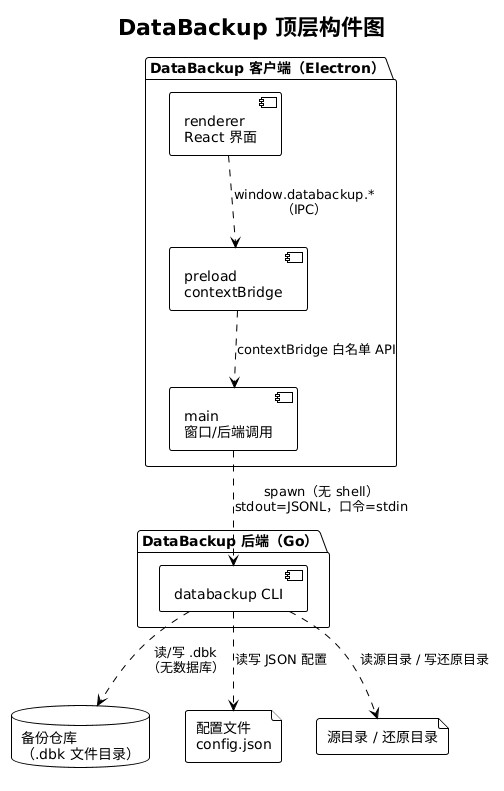
Above: docs/deliverables/diagrams/component-top.png in Piaoxuemoli/software-class-qoobeewang (PlantUML), before the change. The source it was exported from:
```plantuml
@startuml component-top
!theme plain
<style>
node {
  Padding 6
}
rectangle {
  Padding 6
}
</style>
title DataBackup 顶层构件图

package "DataBackup 客户端（Electron）" {
  [renderer\nReact 界面] as renderer
  [preload\ncontextBridge] as preload
  [main\n窗口/后端调用] as mainp
}
package "DataBackup 后端（Go）" {
  [databackup CLI] as cli
}
database "备份仓库\n（.dbk 文件目录）" as repo
file "配置文件\nconfig.json" as conf
file "源目录 / 还原目录" as fs

renderer ..> preload : window.databackup.*\n（IPC）
preload ..> mainp : contextBridge 白名单 API
mainp ..> cli : spawn（无 shell）\nstdout=JSONL，口令=stdin
cli ..> repo : 读/写 .dbk\n（无数据库）
cli ..> conf : 读写 JSON 配置
cli ..> fs : 读源目录 / 写还原目录
@enduml
```
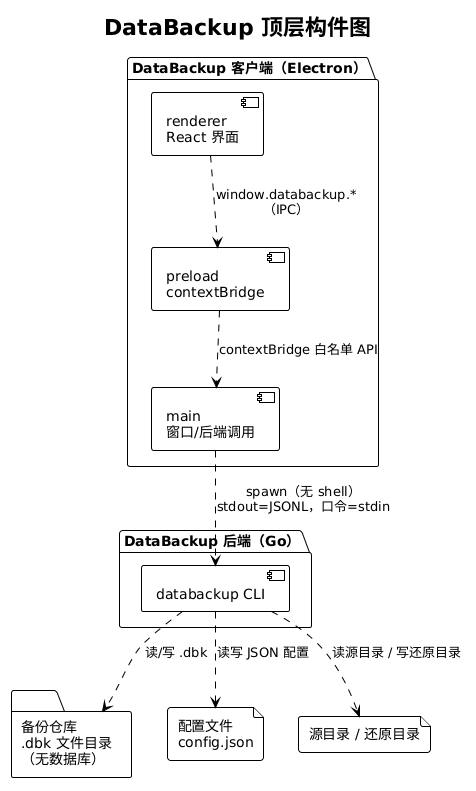
After the commit.

Diff of the diagram source:
```diff
@@ -18,14 +18,14 @@
 package "DataBackup 后端（Go）" {
   [databackup CLI] as cli
 }
-database "备份仓库\n（.dbk 文件目录）" as repo
+folder "备份仓库\n.dbk 文件目录\n（无数据库）" as repo
 file "配置文件\nconfig.json" as conf
 file "源目录 / 还原目录" as fs
 
 renderer ..> preload : window.databackup.*\n（IPC）
 preload ..> mainp : contextBridge 白名单 API
 mainp ..> cli : spawn（无 shell）\nstdout=JSONL，口令=stdin
-cli ..> repo : 读/写 .dbk\n（无数据库）
+cli ..> repo : 读/写 .dbk
 cli ..> conf : 读写 JSON 配置
 cli ..> fs : 读源目录 / 写还原目录
 @enduml
```
